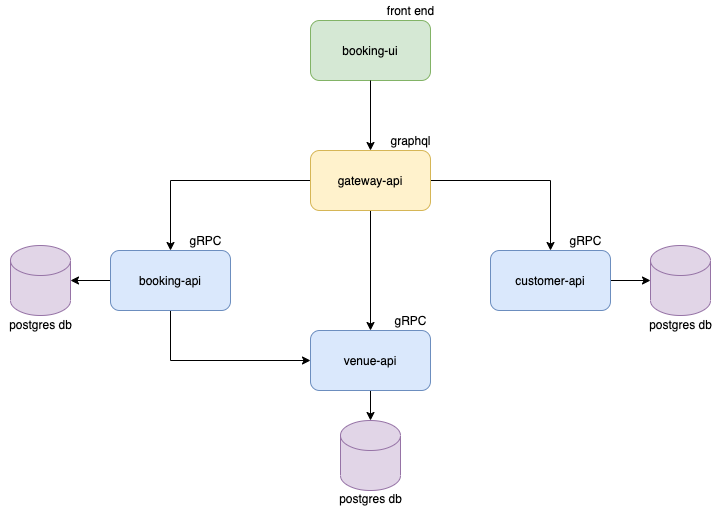
Above: docs/platform-architecture.png in cobbinma/booking-platform (draw.io), before the change. Source tidied: cells renumbered, new cells last; positions are measured from the earlier drawing's top-left corner, leaving out a move shared by most shapes.
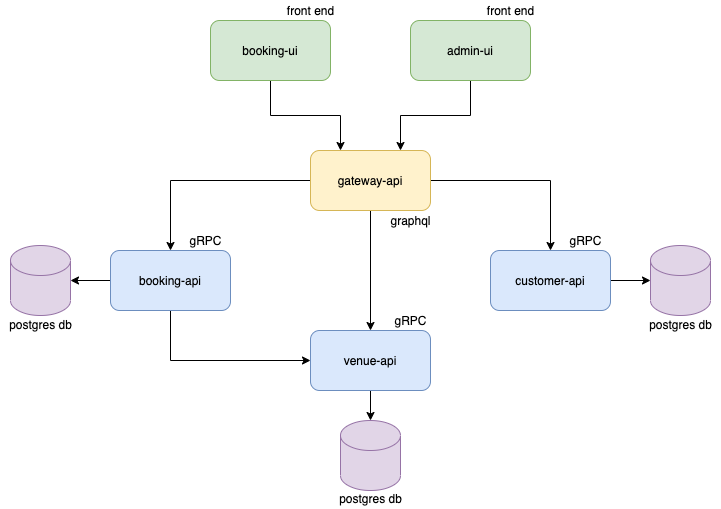
Above is the later version.

Diff of the diagram source:
```diff
@@ -2,8 +2,11 @@
   <root>
     <mxCell id="0" />
     <mxCell id="1" parent="0" />
+    <mxCell id="7" style="edgeStyle=orthogonalEdgeStyle;rounded=0;jettySize=auto;html=1;exitX=0.5;exitY=1;exitDx=0;exitDy=0;entryX=0.75;entryY=0;entryDx=0;entryDy=0;" parent="1" edge="1" source="2" target="6">
+      <mxGeometry relative="1" as="geometry" />
+    </mxCell>
-    <mxCell id="2" value="booking-ui" style="rounded=1;whiteSpace=wrap;html=1;fillColor=#d5e8d4;strokeColor=#82b366;" parent="1" vertex="1">
-      <mxGeometry x="310" y="20" width="120" height="60" as="geometry" />
+    <mxCell id="2" value="admin-ui" style="rounded=1;whiteSpace=wrap;html=1;fillColor=#d5e8d4;strokeColor=#82b366;" parent="1" vertex="1">
+      <mxGeometry x="410" y="20" width="120" height="60" as="geometry" />
     </mxCell>
     <mxCell id="3" style="edgeStyle=orthogonalEdgeStyle;rounded=0;jettySize=auto;html=1;exitX=0;exitY=0.5;exitDx=0;exitDy=0;entryX=0.5;entryY=0;entryDx=0;entryDy=0;" parent="1" edge="1" source="6" target="12">
       <mxGeometry relative="1" as="geometry" />
@@ -17,9 +20,6 @@
     <mxCell id="6" value="gateway-api" style="rounded=1;whiteSpace=wrap;html=1;fillColor=#fff2cc;strokeColor=#d6b656;" parent="1" vertex="1">
       <mxGeometry x="310" y="150" width="120" height="60" as="geometry" />
     </mxCell>
-    <mxCell id="7" style="endArrow=classic;html=1;exitX=0.5;exitY=1;exitDx=0;exitDy=0;entryX=0.5;entryY=0;entryDx=0;entryDy=0;" parent="1" edge="1" source="2" target="6">
-      <mxGeometry relative="1" as="geometry" />
-    </mxCell>
     <mxCell id="8" style="edgeStyle=orthogonalEdgeStyle;rounded=0;jettySize=auto;html=1;exitX=0.5;exitY=1;exitDx=0;exitDy=0;" parent="1" edge="1" source="9" target="18">
       <mxGeometry relative="1" as="geometry" />
     </mxCell>
@@ -36,10 +36,10 @@
       <mxGeometry x="110" y="250" width="120" height="60" as="geometry" />
     </mxCell>
     <mxCell id="13" value="front end" style="text;html=1;align=center;verticalAlign=middle;" parent="1" vertex="1">
-      <mxGeometry x="380" width="60" height="20" as="geometry" />
+      <mxGeometry x="480" width="60" height="20" as="geometry" />
     </mxCell>
     <mxCell id="14" value="graphql" style="text;html=1;align=center;verticalAlign=middle;" parent="1" vertex="1">
-      <mxGeometry x="380" y="130" width="60" height="20" as="geometry" />
+      <mxGeometry x="380" y="210" width="60" height="20" as="geometry" />
     </mxCell>
     <mxCell id="15" value="gRPC" style="text;html=1;align=center;verticalAlign=middle;" parent="1" vertex="1">
       <mxGeometry x="385" y="310" width="50" height="20" as="geometry" />
@@ -74,5 +74,14 @@
     <mxCell id="25" value="postgres db" style="text;html=1;align=center;verticalAlign=middle;" parent="1" vertex="1">
       <mxGeometry x="640" y="314" width="80" height="20" as="geometry" />
     </mxCell>
+    <mxCell id="26" style="edgeStyle=orthogonalEdgeStyle;rounded=0;jettySize=auto;html=1;exitX=0.5;exitY=1;exitDx=0;exitDy=0;entryX=0.25;entryY=0;entryDx=0;entryDy=0;" parent="1" edge="1" source="27" target="6">
+      <mxGeometry relative="1" as="geometry" />
+    </mxCell>
+    <mxCell id="27" value="booking-ui" style="rounded=1;whiteSpace=wrap;html=1;fillColor=#d5e8d4;strokeColor=#82b366;" parent="1" vertex="1">
+      <mxGeometry x="210" y="20" width="120" height="60" as="geometry" />
+    </mxCell>
+    <mxCell id="28" value="front end" style="text;html=1;align=center;verticalAlign=middle;" parent="1" vertex="1">
+      <mxGeometry x="280" width="60" height="20" as="geometry" />
+    </mxCell>
   </root>
 </mxGraphModel>
```
